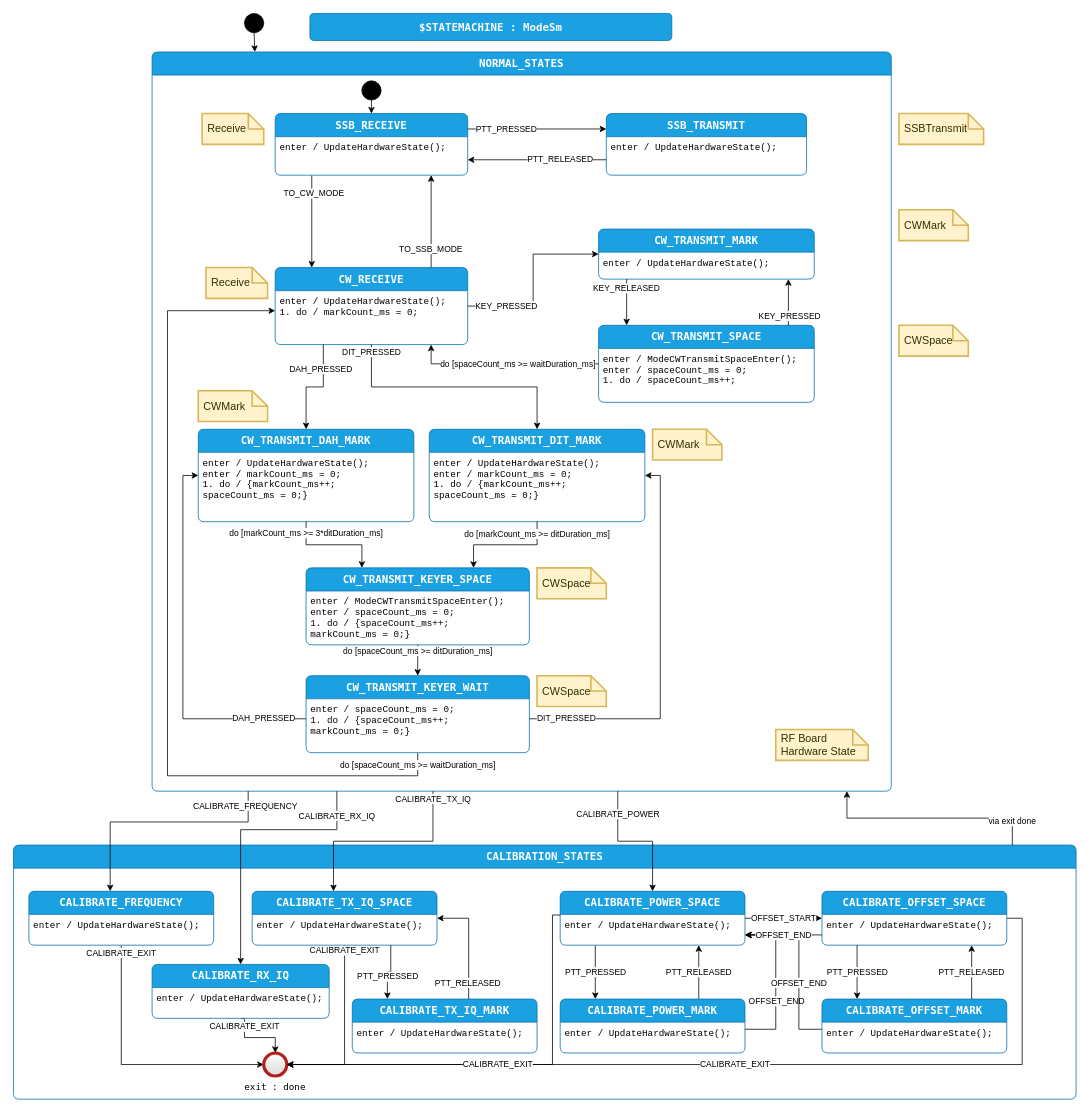
The draw.io diagram page "design" (1 of 3) of code/src/PhoenixSketch/ModeSm.drawio in KI3P/Phoenix, before the edit. Source tidied: cells renumbered, new cells numbered last; positions are measured from the earlier drawing's top-left corner, leaving out a move shared by most shapes. Both pictures are drawn from the tidied source at 77%, with x=0, y=0 at pixel (13, 13).
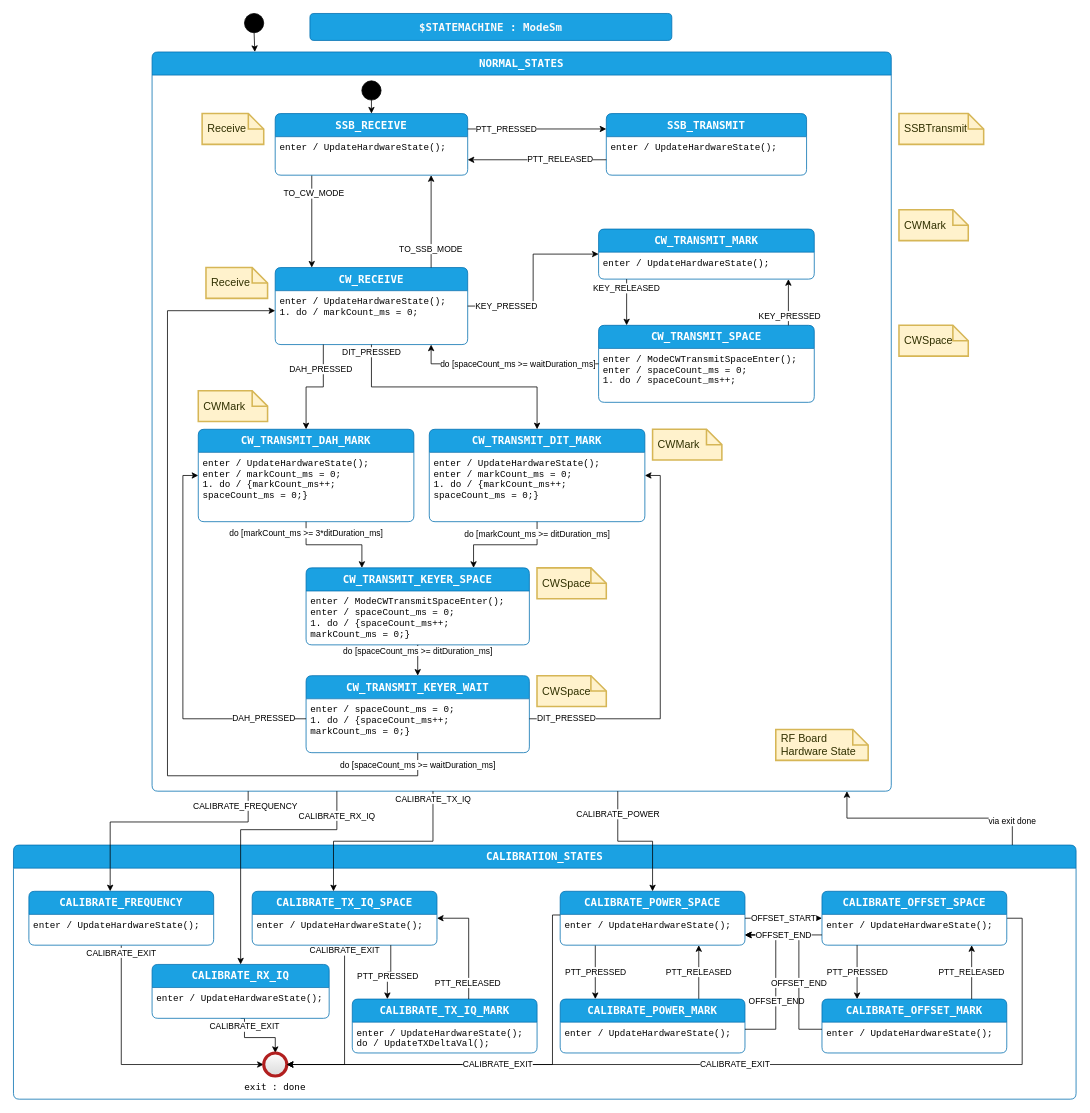
After the change.

The change refers to these unchanged cells:
```xml
<mxCell id="14" value="CALIBRATE_TX_IQ_MARK" style="shape=swimlane;align=center;verticalAlign=top;fontFamily=Lucida Console;startSize=30;fontSize=14;fontStyle=1;fontColor=#ffffff;fillColor=#1ba1e2;swimlaneFillColor=default;rounded=1;arcSize=15;absoluteArcSize=1;points=[[0,0,0,0,0],[0,0.06,0,0,0],[0,0.13,0,0,0],[0,0.19,0,0,0],[0,0.25,0,0,0],[0,0.31,0,0,0],[0,0.38,0,0,0],[0,0.44,0,0,0],[0,0.5,0,0,0],[0,0.56,0,0,0],[0,0.63,0,0,0],[0,0.69,0,0,0],[0,0.75,0,0,0],[0,0.81,0,0,0],[0,0.88,0,0,0],[0,0.94,0,0,0],[0,1,0,0,0],[0.06,0,0,0,0],[0.06,1,0,0,0],[0.13,0,0,0,0],[0.13,1,0,0,0],[0.19,0,0,0,0],[0.19,1,0,0,0],[0.25,0,0,0,0],[0.25,1,0,0,0],[0.31,0,0,0,0],[0.31,1,0,0,0],[0.38,0,0,0,0],[0.38,1,0,0,0],[0.44,0,0,0,0],[0.44,1,0,0,0],[0.5,0,0,0,0],[0.5,1,0,0,0],[0.56,0,0,0,0],[0.56,1,0,0,0],[0.63,0,0,0,0],[0.63,1,0,0,0],[0.69,0,0,0,0],[0.69,1,0,0,0],[0.75,0,0,0,0],[0.75,1,0,0,0],[0.81,0,0,0,0],[0.81,1,0,0,0],[0.88,0,0,0,0],[0.88,1,0,0,0],[0.94,0,0,0,0],[0.94,1,0,0,0],[1,0,0,0,0],[1,0.06,0,0,0],[1,0.13,0,0,0],[1,0.19,0,0,0],[1,0.25,0,0,0],[1,0.31,0,0,0],[1,0.38,0,0,0],[1,0.44,0,0,0],[1,0.5,0,0,0],[1,0.56,0,0,0],[1,0.63,0,0,0],[1,0.69,0,0,0],[1,0.75,0,0,0],[1,0.81,0,0,0],[1,0.88,0,0,0],[1,0.94,0,0,0],[1,1,0,0,0]];strokeColor=#006EAF;" parent="2" vertex="1">
  <mxGeometry x="440" y="200" width="240" height="70" as="geometry" />
</mxCell>
```

Change to the diagram source:
```diff
@@
-    <mxCell id="15" value="enter / UpdateHardwareState();&#10;" style="fontFamily=Courier New;align=left;verticalAlign=top;fillColor=none;gradientColor=none;strokeColor=none;rounded=0;spacingLeft=4;" parent="14" vertex="1">
-      <mxGeometry y="30" width="240" height="30" as="geometry" />
+    <mxCell id="15" value="enter / UpdateHardwareState();&#10;do / UpdateTXDeltaVal();" style="fontFamily=Courier New;align=left;verticalAlign=top;fillColor=none;gradientColor=none;strokeColor=none;rounded=0;spacingLeft=4;" parent="14" vertex="1">
+      <mxGeometry y="30" width="240" height="40" as="geometry" />
     </mxCell>
```
